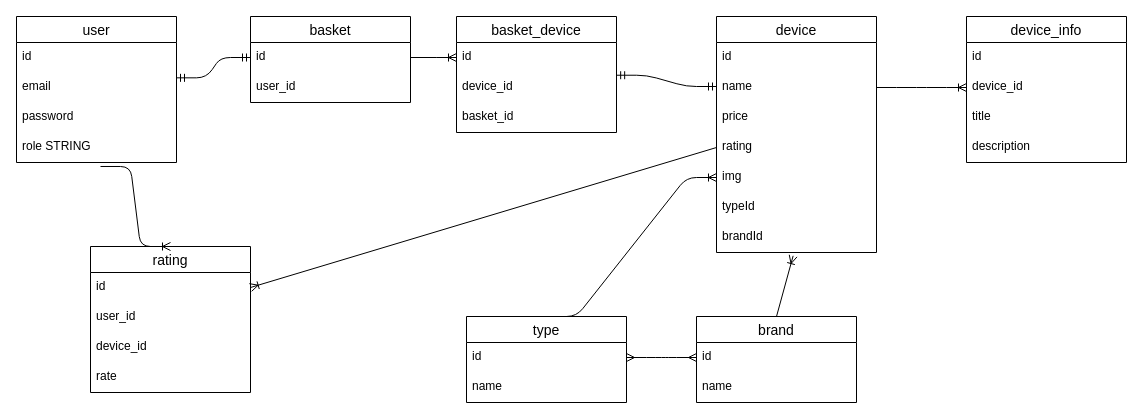
K1rush4/mystery-food-box keeps this draw.io diagram as DB_diagram_draw-io/mistry-food-box-DB.drawio. Above is the earlier version. Source tidied: cells renumbered, new cells numbered last; positions are measured from the earlier drawing's top-left corner, leaving out a move shared by most shapes. Both pictures are drawn from the tidied source at 100%, with x=0, y=0 at pixel (16, 16).
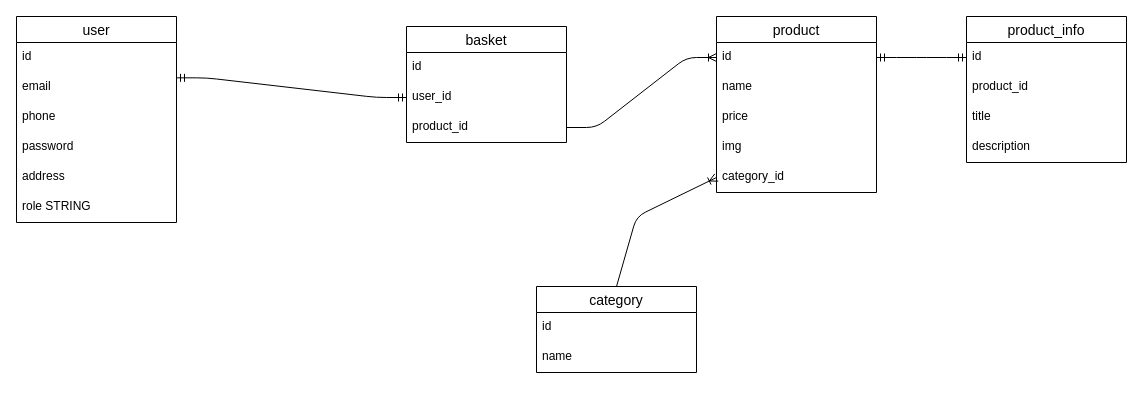
Above is the later version.

Unchanged cells that the change refers to:
```xml
<mxCell id="4" value="email" style="text;strokeColor=none;fillColor=none;spacingLeft=4;spacingRight=4;overflow=hidden;points=[[0,0.5],[1,0.5]];portConstraint=eastwest;fontSize=12;" parent="2" vertex="1">
  <mxGeometry y="56" width="160" height="30" as="geometry" />
</mxCell>
<mxCell id="8" value="id" style="text;strokeColor=none;fillColor=none;spacingLeft=4;spacingRight=4;overflow=hidden;points=[[0,0.5],[1,0.5]];portConstraint=eastwest;fontSize=12;" parent="7" vertex="1">
  <mxGeometry y="26" width="160" height="30" as="geometry" />
</mxCell>
<mxCell id="9" value="user_id" style="text;strokeColor=none;fillColor=none;spacingLeft=4;spacingRight=4;overflow=hidden;points=[[0,0.5],[1,0.5]];portConstraint=eastwest;fontSize=12;" parent="7" vertex="1">
  <mxGeometry y="56" width="160" height="30" as="geometry" />
</mxCell>
<mxCell id="12" value="id" style="text;strokeColor=none;fillColor=none;spacingLeft=4;spacingRight=4;overflow=hidden;points=[[0,0.5],[1,0.5]];portConstraint=eastwest;fontSize=12;" parent="11" vertex="1">
  <mxGeometry y="26" width="160" height="30" as="geometry" />
</mxCell>
<mxCell id="13" value="name" style="text;strokeColor=none;fillColor=none;spacingLeft=4;spacingRight=4;overflow=hidden;points=[[0,0.5],[1,0.5]];portConstraint=eastwest;fontSize=12;" parent="11" vertex="1">
  <mxGeometry y="56" width="160" height="30" as="geometry" />
</mxCell>
<mxCell id="23" value="id" style="text;strokeColor=none;fillColor=none;spacingLeft=4;spacingRight=4;overflow=hidden;points=[[0,0.5],[1,0.5]];portConstraint=eastwest;fontSize=12;" parent="22" vertex="1">
  <mxGeometry y="26" width="160" height="30" as="geometry" />
</mxCell>
<mxCell id="29" value="id" style="text;strokeColor=none;fillColor=none;spacingLeft=4;spacingRight=4;overflow=hidden;points=[[0,0.5],[1,0.5]];portConstraint=eastwest;fontSize=12;" parent="28" vertex="1">
  <mxGeometry y="26" width="160" height="30" as="geometry" />
</mxCell>
```

Diff of the diagram source:
```diff
@@
     <mxCell id="2" value="user" style="swimlane;fontStyle=0;horizontal=1;startSize=26;align=center;fontSize=14;" parent="1" vertex="1">
-      <mxGeometry width="160" height="146" as="geometry" />
+      <mxGeometry width="160" height="206" as="geometry" />
     </mxCell>
@@
+    <mxCell id="47" value="phone" style="text;strokeColor=none;fillColor=none;spacingLeft=4;spacingRight=4;overflow=hidden;fontSize=12;" parent="2" vertex="1">
+      <mxGeometry y="86" width="160" height="30" as="geometry" />
+    </mxCell>
     <mxCell id="5" value="password" style="text;strokeColor=none;fillColor=none;spacingLeft=4;spacingRight=4;overflow=hidden;fontSize=12;" parent="2" vertex="1">
-      <mxGeometry y="86" width="160" height="30" as="geometry" />
+      <mxGeometry y="116" width="160" height="30" as="geometry" />
     </mxCell>
+    <mxCell id="48" value="address" style="text;strokeColor=none;fillColor=none;spacingLeft=4;spacingRight=4;overflow=hidden;fontSize=12;" parent="2" vertex="1">
+      <mxGeometry y="146" width="160" height="30" as="geometry" />
+    </mxCell>
     <mxCell id="6" value="role STRING" style="text;strokeColor=none;fillColor=none;spacingLeft=4;spacingRight=4;overflow=hidden;points=[[0,0.5],[1,0.5]];portConstraint=eastwest;fontSize=12;" parent="2" vertex="1">
-      <mxGeometry y="116" width="160" height="30" as="geometry" />
+      <mxGeometry y="176" width="160" height="30" as="geometry" />
     </mxCell>
     <mxCell id="7" value="basket" style="swimlane;fontStyle=0;horizontal=1;startSize=26;align=center;fontSize=14;" parent="1" vertex="1">
-      <mxGeometry x="234" width="160" height="86" as="geometry" />
+      <mxGeometry x="390" y="10" width="160" height="116" as="geometry" />
     </mxCell>
@@
+    <mxCell id="36" value="product_id" style="text;strokeColor=none;fillColor=none;spacingLeft=4;spacingRight=4;overflow=hidden;points=[[0,0.5],[1,0.5]];portConstraint=eastwest;fontSize=12;" parent="7" vertex="1">
+      <mxGeometry y="86" width="160" height="30" as="geometry" />
+    </mxCell>
-    <mxCell id="10" style="edgeStyle=entityRelationEdgeStyle;fontSize=12;html=1;endArrow=ERmandOne;startArrow=ERmandOne;exitX=1;exitY=0.178;exitDx=0;exitDy=0;exitPerimeter=0;entryX=0;entryY=0.5;entryDx=0;entryDy=0;" parent="1" edge="1" source="4" target="8">
+    <mxCell id="10" style="edgeStyle=entityRelationEdgeStyle;fontSize=12;html=1;endArrow=ERmandOne;startArrow=ERmandOne;exitX=1;exitY=0.178;exitDx=0;exitDy=0;exitPerimeter=0;entryX=0;entryY=0.5;entryDx=0;entryDy=0;" parent="1" edge="1" source="4" target="9">
       <mxGeometry relative="1" as="geometry" />
     </mxCell>
-    <mxCell id="11" value="device" style="swimlane;fontStyle=0;horizontal=1;startSize=26;align=center;fontSize=14;" parent="1" vertex="1">
-      <mxGeometry x="700" width="160" height="236" as="geometry" />
+    <mxCell id="11" value="product" style="swimlane;fontStyle=0;horizontal=1;startSize=26;align=center;fontSize=14;" parent="1" vertex="1">
+      <mxGeometry x="700" width="160" height="176" as="geometry" />
     </mxCell>
@@
-    <mxCell id="15" value="rating" style="text;strokeColor=none;fillColor=none;spacingLeft=4;spacingRight=4;overflow=hidden;points=[[0,0.5],[1,0.5]];portConstraint=eastwest;fontSize=12;" parent="11" vertex="1">
-      <mxGeometry y="116" width="160" height="30" as="geometry" />
-    </mxCell>
     <mxCell id="16" value="img" style="text;strokeColor=none;fillColor=none;spacingLeft=4;spacingRight=4;overflow=hidden;points=[[0,0.5],[1,0.5]];portConstraint=eastwest;fontSize=12;" parent="11" vertex="1">
-      <mxGeometry y="146" width="160" height="30" as="geometry" />
+      <mxGeometry y="116" width="160" height="30" as="geometry" />
     </mxCell>
-    <mxCell id="17" value="typeId" style="text;strokeColor=none;fillColor=none;spacingLeft=4;spacingRight=4;overflow=hidden;points=[[0,0.5],[1,0.5]];portConstraint=eastwest;fontSize=12;" parent="11" vertex="1">
-      <mxGeometry y="176" width="160" height="30" as="geometry" />
+    <mxCell id="17" value="category_id" style="text;strokeColor=none;fillColor=none;spacingLeft=4;spacingRight=4;overflow=hidden;points=[[0,0.5],[1,0.5]];portConstraint=eastwest;fontSize=12;" parent="11" vertex="1">
+      <mxGeometry y="146" width="160" height="30" as="geometry" />
     </mxCell>
-    <mxCell id="18" value="brandId" style="text;strokeColor=none;fillColor=none;spacingLeft=4;spacingRight=4;overflow=hidden;points=[[0,0.5],[1,0.5]];portConstraint=eastwest;fontSize=12;" parent="11" vertex="1">
-      <mxGeometry y="206" width="160" height="30" as="geometry" />
-    </mxCell>
-    <mxCell id="19" value="type" style="swimlane;fontStyle=0;horizontal=1;startSize=26;align=center;fontSize=14;" parent="1" vertex="1">
-      <mxGeometry x="450" y="300" width="160" height="86" as="geometry" />
-    </mxCell>
-    <mxCell id="20" value="id" style="text;strokeColor=none;fillColor=none;spacingLeft=4;spacingRight=4;overflow=hidden;points=[[0,0.5],[1,0.5]];portConstraint=eastwest;fontSize=12;" parent="19" vertex="1">
-      <mxGeometry y="26" width="160" height="30" as="geometry" />
-    </mxCell>
-    <mxCell id="21" value="name" style="text;strokeColor=none;fillColor=none;spacingLeft=4;spacingRight=4;overflow=hidden;fontSize=12;" parent="19" vertex="1">
-      <mxGeometry y="56" width="160" height="30" as="geometry" />
-    </mxCell>
-    <mxCell id="22" value="brand" style="swimlane;fontStyle=0;horizontal=1;startSize=26;align=center;fontSize=14;" parent="1" vertex="1">
-      <mxGeometry x="680" y="300" width="160" height="86" as="geometry" />
+    <mxCell id="22" value="category" style="swimlane;fontStyle=0;horizontal=1;startSize=26;align=center;fontSize=14;" parent="1" vertex="1">
+      <mxGeometry x="520" y="270" width="160" height="86" as="geometry" />
     </mxCell>
@@
-    <mxCell id="25" style="edgeStyle=entityRelationEdgeStyle;fontSize=12;html=1;endArrow=ERoneToMany;exitX=0.5;exitY=0;exitDx=0;exitDy=0;entryX=0;entryY=0.5;entryDx=0;entryDy=0;" parent="1" edge="1" source="19" target="16">
-      <mxGeometry relative="1" as="geometry" />
-    </mxCell>
-    <mxCell id="26" style="fontSize=12;html=1;endArrow=ERoneToMany;exitX=0.5;exitY=0;exitDx=0;exitDy=0;entryX=0.479;entryY=1.111;entryDx=0;entryDy=0;entryPerimeter=0;" parent="1" edge="1" source="22" target="18">
-      <mxGeometry relative="1" as="geometry" />
+    <mxCell id="26" style="fontSize=12;html=1;endArrow=ERoneToMany;exitX=0.5;exitY=0;exitDx=0;exitDy=0;entryX=0;entryY=0.5;entryDx=0;entryDy=0;" parent="1" edge="1" source="22" target="17">
+      <mxGeometry relative="1" as="geometry">
+        <Array as="points">
+          <mxPoint x="620" y="200" />
+        </Array>
+      </mxGeometry>
     </mxCell>
-    <mxCell id="27" style="edgeStyle=entityRelationEdgeStyle;fontSize=12;html=1;endArrow=ERmany;startArrow=ERmany;exitX=1;exitY=0.5;exitDx=0;exitDy=0;entryX=0;entryY=0.5;entryDx=0;entryDy=0;" parent="1" edge="1" source="20" target="23">
-      <mxGeometry relative="1" as="geometry" />
-    </mxCell>
-    <mxCell id="28" value="device_info" style="swimlane;fontStyle=0;horizontal=1;startSize=26;align=center;fontSize=14;" parent="1" vertex="1">
+    <mxCell id="28" value="product_info" style="swimlane;fontStyle=0;horizontal=1;startSize=26;align=center;fontSize=14;" parent="1" vertex="1">
       <mxGeometry x="950" width="160" height="146" as="geometry" />
     </mxCell>
@@
-    <mxCell id="30" value="device_id" style="text;strokeColor=none;fillColor=none;spacingLeft=4;spacingRight=4;overflow=hidden;points=[[0,0.5],[1,0.5]];portConstraint=eastwest;fontSize=12;" parent="28" vertex="1">
+    <mxCell id="30" value="product_id" style="text;strokeColor=none;fillColor=none;spacingLeft=4;spacingRight=4;overflow=hidden;points=[[0,0.5],[1,0.5]];portConstraint=eastwest;fontSize=12;" parent="28" vertex="1">
       <mxGeometry y="56" width="160" height="30" as="geometry" />
     </mxCell>
@@
-    <mxCell id="33" style="edgeStyle=entityRelationEdgeStyle;fontSize=12;html=1;endArrow=ERoneToMany;exitX=1;exitY=0.5;exitDx=0;exitDy=0;entryX=0;entryY=0.5;entryDx=0;entryDy=0;" parent="1" edge="1" source="13" target="30">
-      <mxGeometry relative="1" as="geometry" />
-    </mxCell>
-    <mxCell id="34" value="basket_device" style="swimlane;fontStyle=0;horizontal=1;startSize=26;align=center;fontSize=14;" parent="1" vertex="1">
-      <mxGeometry x="440" width="160" height="116" as="geometry" />
-    </mxCell>
-    <mxCell id="35" value="id" style="text;strokeColor=none;fillColor=none;spacingLeft=4;spacingRight=4;overflow=hidden;points=[[0,0.5],[1,0.5]];portConstraint=eastwest;fontSize=12;" parent="34" vertex="1">
-      <mxGeometry y="26" width="160" height="30" as="geometry" />
-    </mxCell>
-    <mxCell id="36" value="device_id" style="text;strokeColor=none;fillColor=none;spacingLeft=4;spacingRight=4;overflow=hidden;points=[[0,0.5],[1,0.5]];portConstraint=eastwest;fontSize=12;" parent="34" vertex="1">
-      <mxGeometry y="56" width="160" height="30" as="geometry" />
-    </mxCell>
-    <mxCell id="37" value="basket_id" style="text;strokeColor=none;fillColor=none;spacingLeft=4;spacingRight=4;overflow=hidden;fontSize=12;" parent="34" vertex="1">
-      <mxGeometry y="86" width="160" height="30" as="geometry" />
-    </mxCell>
-    <mxCell id="38" style="edgeStyle=entityRelationEdgeStyle;fontSize=12;html=1;endArrow=ERoneToMany;exitX=1;exitY=0.5;exitDx=0;exitDy=0;entryX=0;entryY=0.5;entryDx=0;entryDy=0;" parent="1" edge="1" source="8" target="35">
-      <mxGeometry relative="1" as="geometry" />
-    </mxCell>
-    <mxCell id="39" style="edgeStyle=entityRelationEdgeStyle;fontSize=12;html=1;endArrow=ERmandOne;startArrow=ERmandOne;exitX=1.001;exitY=0.091;exitDx=0;exitDy=0;exitPerimeter=0;" parent="1" edge="1" source="36">
-      <mxGeometry relative="1" as="geometry">
-        <mxPoint x="700" y="70" as="targetPoint" />
-      </mxGeometry>
-    </mxCell>
-    <mxCell id="40" value="rating" style="swimlane;fontStyle=0;horizontal=1;startSize=26;align=center;fontSize=14;" parent="1" vertex="1">
-      <mxGeometry x="74" y="230" width="160" height="146" as="geometry" />
-    </mxCell>
-    <mxCell id="41" value="id" style="text;strokeColor=none;fillColor=none;spacingLeft=4;spacingRight=4;overflow=hidden;points=[[0,0.5],[1,0.5]];portConstraint=eastwest;fontSize=12;" parent="40" vertex="1">
-      <mxGeometry y="26" width="160" height="30" as="geometry" />
-    </mxCell>
-    <mxCell id="42" value="user_id" style="text;strokeColor=none;fillColor=none;spacingLeft=4;spacingRight=4;overflow=hidden;fontSize=12;" parent="40" vertex="1">
-      <mxGeometry y="56" width="160" height="30" as="geometry" />
-    </mxCell>
-    <mxCell id="43" value="device_id" style="text;strokeColor=none;fillColor=none;spacingLeft=4;spacingRight=4;overflow=hidden;fontSize=12;" parent="40" vertex="1">
-      <mxGeometry y="86" width="160" height="30" as="geometry" />
-    </mxCell>
-    <mxCell id="44" value="rate" style="text;strokeColor=none;fillColor=none;spacingLeft=4;spacingRight=4;overflow=hidden;fontSize=12;" parent="40" vertex="1">
-      <mxGeometry y="116" width="160" height="30" as="geometry" />
-    </mxCell>
-    <mxCell id="45" style="edgeStyle=entityRelationEdgeStyle;fontSize=12;html=1;endArrow=ERoneToMany;exitX=0.525;exitY=1.133;exitDx=0;exitDy=0;exitPerimeter=0;entryX=0.5;entryY=0;entryDx=0;entryDy=0;" parent="1" edge="1" source="6" target="40">
-      <mxGeometry relative="1" as="geometry" />
-    </mxCell>
-    <mxCell id="46" style="fontSize=12;html=1;endArrow=ERoneToMany;exitX=0;exitY=0.5;exitDx=0;exitDy=0;entryX=1;entryY=0.5;entryDx=0;entryDy=0;" parent="1" edge="1" source="15" target="41">
-      <mxGeometry relative="1" as="geometry" />
-    </mxCell>
+    <mxCell id="49" style="edgeStyle=entityRelationEdgeStyle;fontSize=12;html=1;endArrow=ERoneToMany;exitX=1;exitY=0.5;exitDx=0;exitDy=0;entryX=0;entryY=0.5;entryDx=0;entryDy=0;" parent="1" edge="1" source="36" target="12">
+      <mxGeometry relative="1" as="geometry" />
+    </mxCell>
+    <mxCell id="50" style="edgeStyle=entityRelationEdgeStyle;fontSize=12;html=1;endArrow=ERmandOne;startArrow=ERmandOne;exitX=1;exitY=0.5;exitDx=0;exitDy=0;entryX=0;entryY=0.5;entryDx=0;entryDy=0;" parent="1" edge="1" source="12" target="29">
+      <mxGeometry relative="1" as="geometry" />
+    </mxCell>
```
